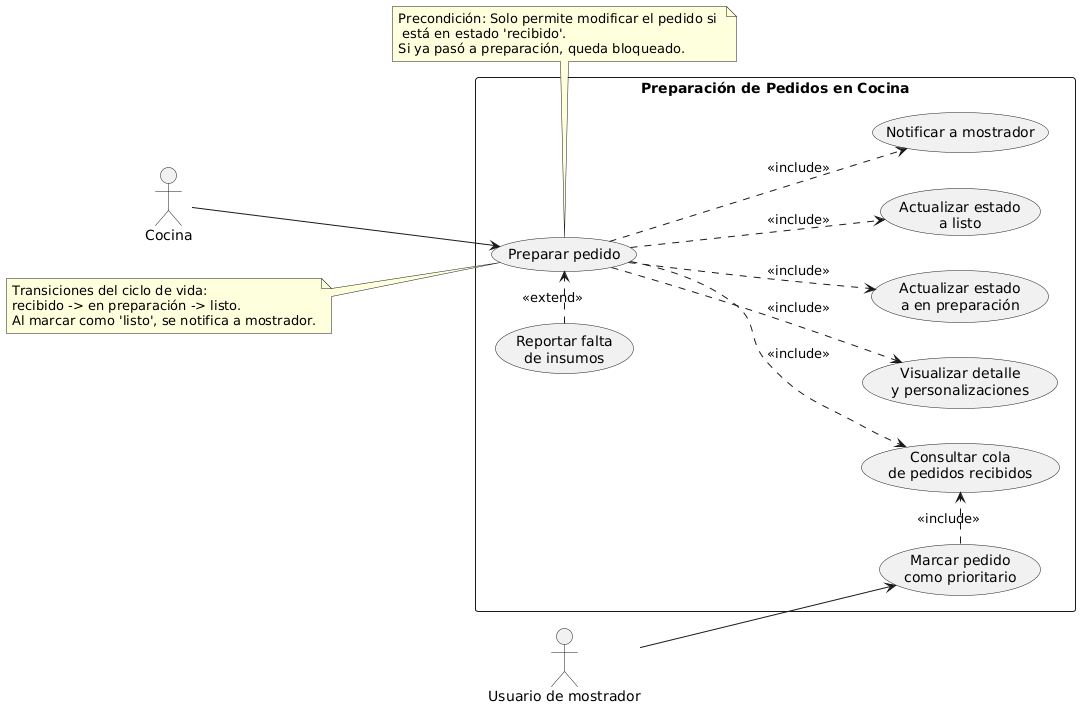
The PlantUML diagram diagramas/02-casos-de-uso/02-preparar-pedido.png in cmariano93-netizen/SistemaPedidos, before a commit.
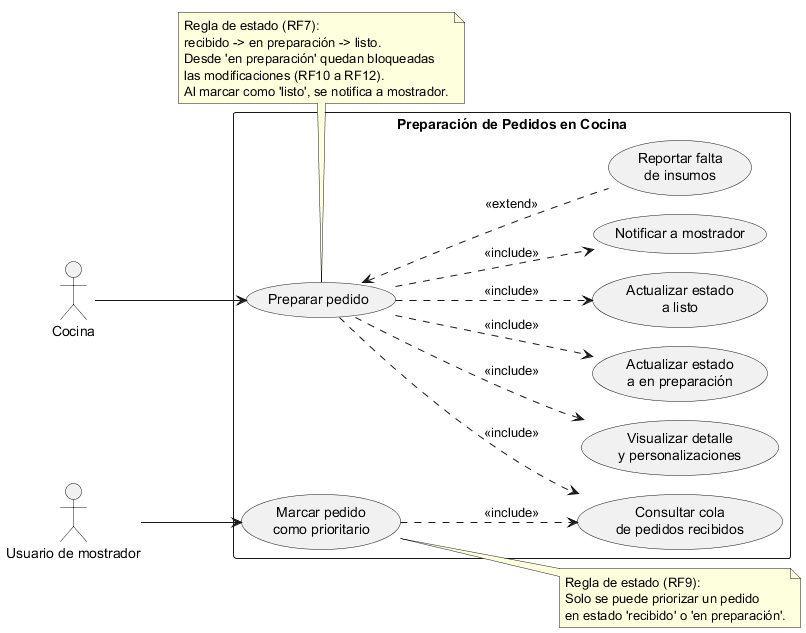
Above is the later version.

Diff of the diagram source:
```diff
@@ -1,5 +1,8 @@
 @startuml
+!pragma layout smetana
 left to right direction
+skinparam packageStyle rectangle
+skinparam shadowing false
 
 actor "Cocina" as Cocina
 actor "Usuario de mostrador" as Mostrador
@@ -15,27 +18,30 @@
   usecase "Reportar falta\nde insumos" as UC_FaltaInsumos
 }
 
+Mostrador --> UC_Priorizar
 Cocina --> UC_Preparar
-Mostrador --> UC_Priorizar
 
-UC_Preparar -d.> UC_Cola : <<include>>
-UC_Preparar -d.> UC_Detalle : <<include>>
-UC_Preparar -d.> UC_EnPrep : <<include>>
-UC_Preparar -d.> UC_Listo : <<include>>
-UC_Preparar -d.> UC_NotificarMostrador : <<include>>
+UC_Priorizar ..> UC_Cola : <<include>>
 
-UC_Priorizar .> UC_Cola : <<include>>
-UC_FaltaInsumos .> UC_Preparar : <<extend>>
+UC_Preparar ..> UC_Cola : <<include>>
+UC_Preparar ..> UC_Detalle : <<include>>
+UC_Preparar ..> UC_EnPrep : <<include>>
+UC_Preparar ..> UC_Listo : <<include>>
+UC_Preparar ..> UC_NotificarMostrador : <<include>>
 
-note left of UC_Preparar
-  Transiciones del ciclo de vida:
+UC_Preparar <.. UC_FaltaInsumos : <<extend>>
+
+note bottom of UC_Preparar
+  Regla de estado (RF7):
   recibido -> en preparación -> listo.
+  Desde 'en preparación' quedan bloqueadas
+  las modificaciones (RF10 a RF12).
   Al marcar como 'listo', se notifica a mostrador.
 end note
 
-note top of UC_Preparar
-Precondición: Solo permite modificar el pedido si
- está en estado 'recibido'.
-Si ya pasó a preparación, queda bloqueado.
+note right of UC_Priorizar
+  Regla de estado (RF9):
+  Solo se puede priorizar un pedido
+  en estado 'recibido' o 'en preparación'.
 end note
 @enduml
```
